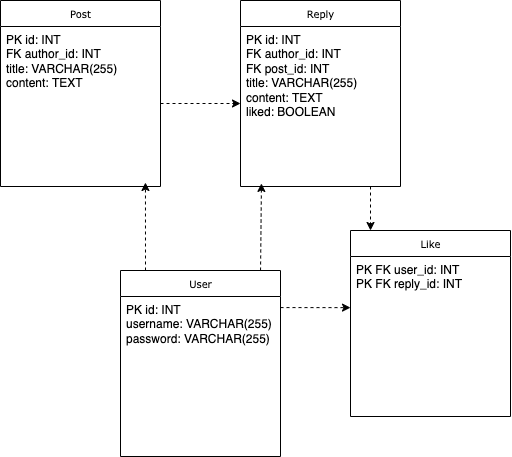
Earlier version of the draw.io export docs/db_tables.png (derekdkim/write-something-nice-api). Source tidied: cells renumbered, new cells last; positions are measured from the earlier drawing's top-left corner, leaving out a move shared by most shapes.
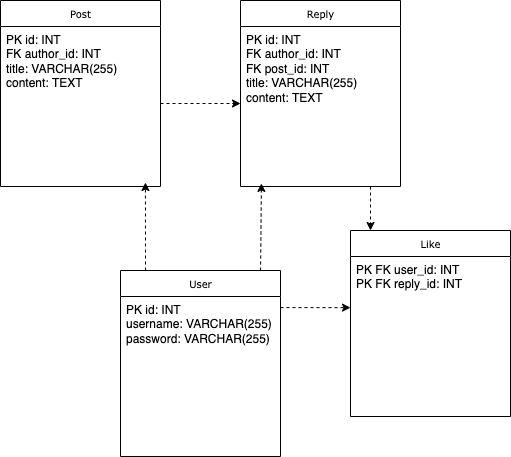
After the commit.

Change to the diagram source:
```diff
@@ -17,7 +17,7 @@
     <mxCell id="6" value="Reply" style="swimlane;html=1;fontStyle=0;horizontal=1;startSize=26;fillColor=none;swimlaneFillColor=#ffffff;rounded=0;shadow=0;comic=0;labelBackgroundColor=none;strokeWidth=1;fontFamily=Verdana;fontSize=10;align=center;" parent="1" vertex="1">
       <mxGeometry x="240" width="160" height="186" as="geometry" />
     </mxCell>
-    <mxCell id="7" value="PK id: INT&lt;br&gt;FK author_id: INT&lt;br&gt;FK post_id: INT&lt;br&gt;title: VARCHAR(255)&lt;br&gt;content: TEXT&lt;br&gt;liked: BOOLEAN" style="text;html=1;strokeColor=none;fillColor=none;align=left;verticalAlign=top;spacingLeft=4;spacingRight=4;whiteSpace=wrap;overflow=hidden;points=[[0,0.5],[1,0.5]];portConstraint=eastwest;" parent="6" vertex="1">
+    <mxCell id="7" value="PK id: INT&lt;br&gt;FK author_id: INT&lt;br&gt;FK post_id: INT&lt;br&gt;title: VARCHAR(255)&lt;br&gt;content: TEXT" style="text;html=1;strokeColor=none;fillColor=none;align=left;verticalAlign=top;spacingLeft=4;spacingRight=4;whiteSpace=wrap;overflow=hidden;points=[[0,0.5],[1,0.5]];portConstraint=eastwest;" parent="6" vertex="1">
       <mxGeometry y="26" width="160" height="154" as="geometry" />
     </mxCell>
     <mxCell id="8" style="endArrow=classic;html=1;rounded=0;entryX=0.906;entryY=1.013;entryDx=0;entryDy=0;entryPerimeter=0;dashed=1;" parent="1" edge="1" target="5">
```
